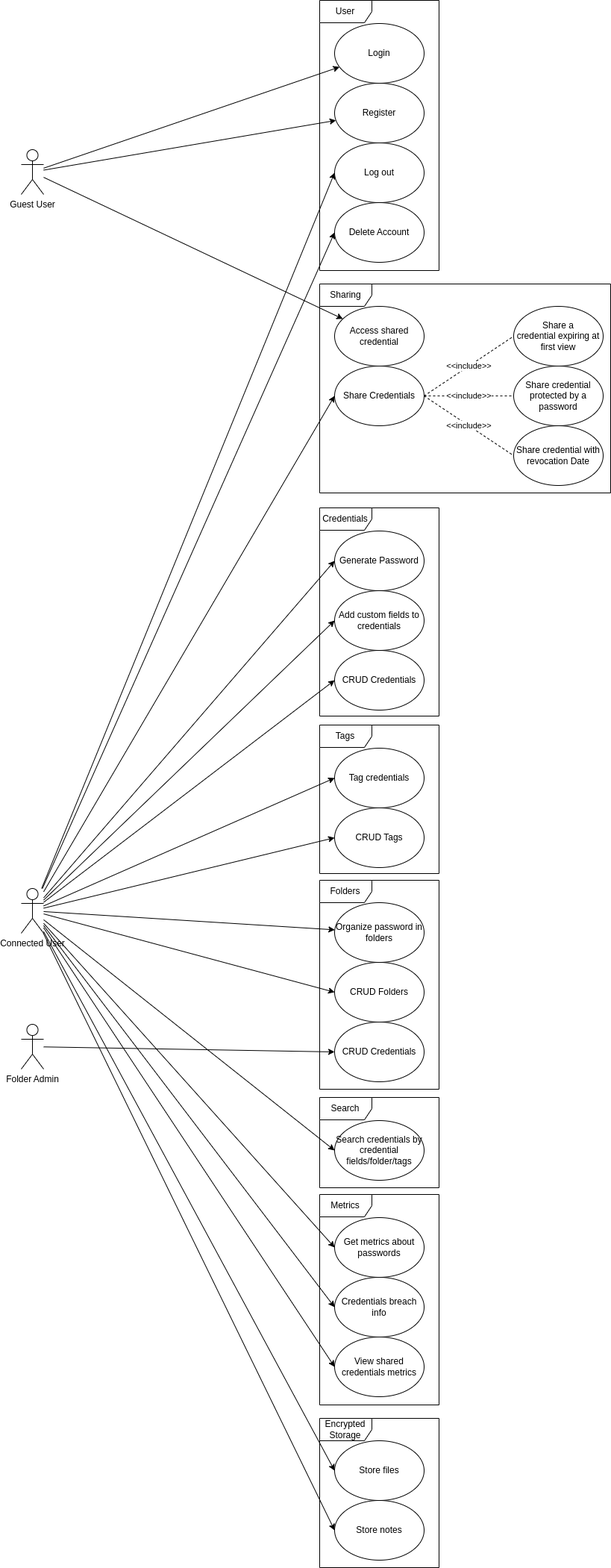
The draw.io diagram src/diagrams/use-case.drawio.png in DO-2K23-26/polypass-archi-technique, before a commit. Source tidied: cells renumbered, new cells last; positions are measured from the earlier drawing's top-left corner, leaving out a move shared by most shapes.
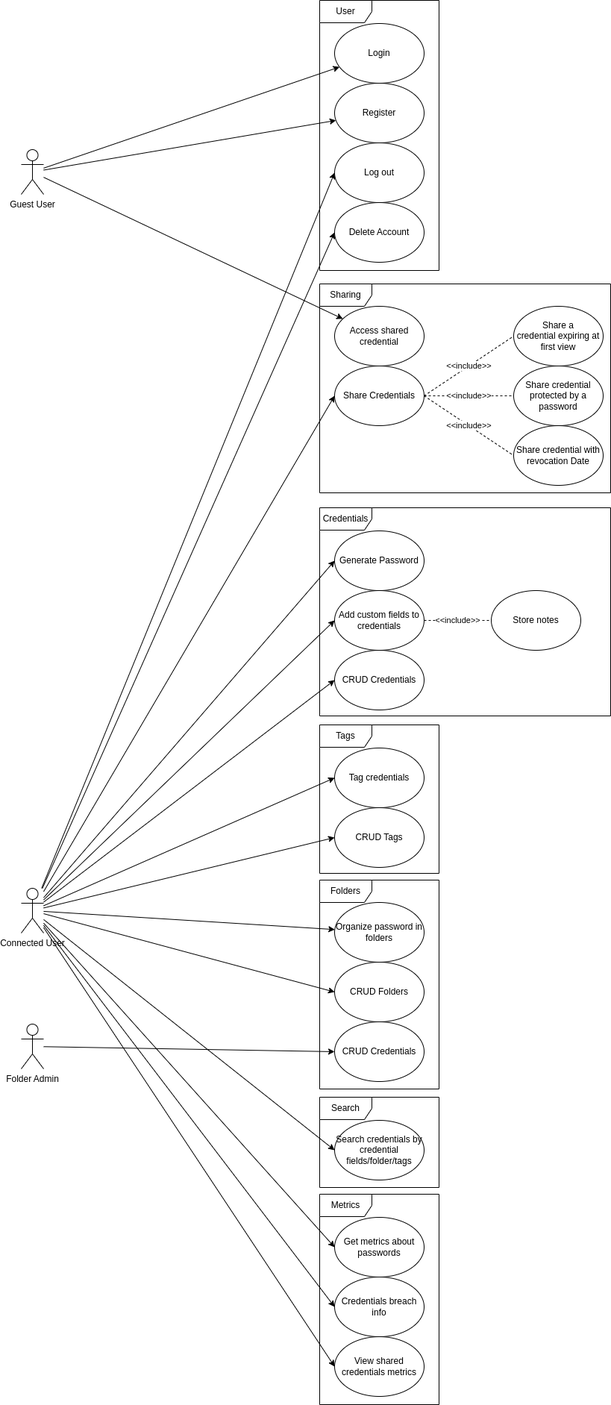
The same diagram one commit later.

Commit message:
feat(use-case): commit advencment

Change to the diagram source:
```diff
@@ -53,12 +53,6 @@
     <mxCell id="18" style="endArrow=classic;html=1;rounded=0;entryX=0;entryY=0.5;entryDx=0;entryDy=0;" parent="1" edge="1" source="2" target="30">
       <mxGeometry relative="1" as="geometry" />
     </mxCell>
-    <mxCell id="19" style="endArrow=classic;html=1;rounded=0;entryX=0;entryY=0.5;entryDx=0;entryDy=0;" parent="1" edge="1" source="2" target="33">
-      <mxGeometry relative="1" as="geometry" />
-    </mxCell>
-    <mxCell id="20" style="endArrow=classic;html=1;rounded=0;entryX=0;entryY=0.5;entryDx=0;entryDy=0;" parent="1" edge="1" source="2" target="34">
-      <mxGeometry relative="1" as="geometry" />
-    </mxCell>
     <mxCell id="21" style="group;" parent="1" vertex="1">
       <mxGeometry x="400" width="160" height="362" as="geometry" />
     </mxCell>
@@ -92,18 +86,6 @@
     <mxCell id="31" value="Metrics" style="shape=umlFrame;whiteSpace=wrap;html=1;width=70;height=30;" parent="27" vertex="1">
       <mxGeometry width="160" height="282" as="geometry" />
     </mxCell>
-    <mxCell id="32" style="group;" parent="1" vertex="1">
-      <mxGeometry x="400" y="1900" width="160" height="200" as="geometry" />
-    </mxCell>
-    <mxCell id="33" value="Store files" style="ellipse;whiteSpace=wrap;html=1;" parent="32" vertex="1">
-      <mxGeometry x="20" y="30" width="120" height="80" as="geometry" />
-    </mxCell>
-    <mxCell id="34" value="Store notes" style="ellipse;whiteSpace=wrap;html=1;" parent="32" vertex="1">
-      <mxGeometry x="20" y="110" width="120" height="80" as="geometry" />
-    </mxCell>
-    <mxCell id="35" value="Encrypted Storage" style="shape=umlFrame;whiteSpace=wrap;html=1;width=70;height=30;" parent="32" vertex="1">
-      <mxGeometry width="160" height="200" as="geometry" />
-    </mxCell>
     <mxCell id="36" value="CRUD Credentials" style="ellipse;whiteSpace=wrap;html=1;" parent="1" vertex="1">
       <mxGeometry x="420" y="871" width="120" height="80" as="geometry" />
     </mxCell>
@@ -123,7 +105,7 @@
       <mxGeometry x="420" y="1501" width="120" height="80" as="geometry" />
     </mxCell>
     <mxCell id="42" value="Credentials" style="shape=umlFrame;whiteSpace=wrap;html=1;width=70;height=30;" parent="1" vertex="1">
-      <mxGeometry x="400" y="680" width="160" height="279" as="geometry" />
+      <mxGeometry x="400" y="680" width="390" height="279" as="geometry" />
     </mxCell>
     <mxCell id="43" value="Search" style="shape=umlFrame;whiteSpace=wrap;html=1;width=70;height=30;" parent="1" vertex="1">
       <mxGeometry x="400" y="1470" width="160" height="121" as="geometry" />
@@ -182,5 +164,11 @@
     <mxCell id="61" value="&amp;lt;&amp;lt;include&amp;gt;&amp;gt;" style="endArrow=none;dashed=1;html=1;rounded=0;entryX=0;entryY=0.5;entryDx=0;entryDy=0;exitX=1;exitY=0.5;exitDx=0;exitDy=0;" parent="1" edge="1" source="53" target="56">
       <mxGeometry relative="1" as="geometry" />
     </mxCell>
+    <mxCell id="34" value="Store notes" style="ellipse;whiteSpace=wrap;html=1;" parent="1" vertex="1">
+      <mxGeometry x="630" y="791" width="120" height="80" as="geometry" />
+    </mxCell>
+    <mxCell id="62" value="&amp;lt;&amp;lt;include&amp;gt;&amp;gt;" style="endArrow=none;dashed=1;html=1;rounded=0;entryX=0;entryY=0.5;entryDx=0;entryDy=0;exitX=1;exitY=0.5;exitDx=0;exitDy=0;" parent="1" edge="1" source="39" target="34">
+      <mxGeometry relative="1" as="geometry" />
+    </mxCell>
   </root>
 </mxGraphModel>
```
